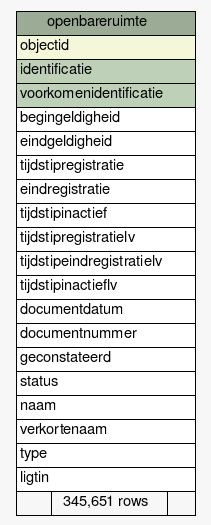
Earlier version of the Graphviz export datamodel/schemaspy/bag/diagrams/summary/openbareruimte.1degree.png (B3Partners/brmo). Its source is kept beside it as datamodel/schemaspy/bag/diagrams/summary/openbareruimte.1degree.dot. The source it was exported from:
```dot
digraph "openbareruimte" {
  graph [
    rankdir="RL"
    bgcolor="#f7f7f7"
    nodesep="0.18"
    ranksep="0.46"
    fontname="Helvetica"
    fontsize="11"
  ];
  node [
    fontname="Helvetica"
    fontsize="11"
    shape="plaintext"
  ];
  edge [
    arrowsize="0.8"
  ];
  "openbareruimte" [
    label=<
    <TABLE BORDER="0" CELLBORDER="1" CELLSPACING="0" BGCOLOR="#ffffff">
      <TR><TD COLSPAN="3" BGCOLOR="#9bab96" ALIGN="CENTER">openbareruimte</TD></TR>
      <TR><TD PORT="objectid" COLSPAN="3" BGCOLOR="#f4f7da" ALIGN="LEFT">objectid</TD></TR>
      <TR><TD PORT="identificatie" COLSPAN="3" BGCOLOR="#bed1b8" ALIGN="LEFT">identificatie</TD></TR>
      <TR><TD PORT="voorkomenidentificatie" COLSPAN="3" BGCOLOR="#bed1b8" ALIGN="LEFT">voorkomenidentificatie</TD></TR>
      <TR><TD PORT="begingeldigheid" COLSPAN="3" ALIGN="LEFT">begingeldigheid</TD></TR>
      <TR><TD PORT="eindgeldigheid" COLSPAN="3" ALIGN="LEFT">eindgeldigheid</TD></TR>
      <TR><TD PORT="tijdstipregistratie" COLSPAN="3" ALIGN="LEFT">tijdstipregistratie</TD></TR>
      <TR><TD PORT="eindregistratie" COLSPAN="3" ALIGN="LEFT">eindregistratie</TD></TR>
      <TR><TD PORT="tijdstipinactief" COLSPAN="3" ALIGN="LEFT">tijdstipinactief</TD></TR>
      <TR><TD PORT="tijdstipregistratielv" COLSPAN="3" ALIGN="LEFT">tijdstipregistratielv</TD></TR>
      <TR><TD PORT="tijdstipeindregistratielv" COLSPAN="3" ALIGN="LEFT">tijdstipeindregistratielv</TD></TR>
      <TR><TD PORT="tijdstipinactieflv" COLSPAN="3" ALIGN="LEFT">tijdstipinactieflv</TD></TR>
      <TR><TD PORT="documentdatum" COLSPAN="3" ALIGN="LEFT">documentdatum</TD></TR>
      <TR><TD PORT="documentnummer" COLSPAN="3" ALIGN="LEFT">documentnummer</TD></TR>
      <TR><TD PORT="geconstateerd" COLSPAN="3" ALIGN="LEFT">geconstateerd</TD></TR>
      <TR><TD PORT="status" COLSPAN="3" ALIGN="LEFT">status</TD></TR>
      <TR><TD PORT="naam" COLSPAN="3" ALIGN="LEFT">naam</TD></TR>
      <TR><TD PORT="verkortenaam" COLSPAN="3" ALIGN="LEFT">verkortenaam</TD></TR>
      <TR><TD PORT="type" COLSPAN="3" ALIGN="LEFT">type</TD></TR>
      <TR><TD PORT="ligtin" COLSPAN="3" ALIGN="LEFT">ligtin</TD></TR>
      <TR><TD ALIGN="LEFT" BGCOLOR="#f7f7f7">  </TD><TD ALIGN="RIGHT" BGCOLOR="#f7f7f7">345,651 rows</TD><TD ALIGN="RIGHT" BGCOLOR="#f7f7f7">  </TD></TR>
    </TABLE>>
    URL="tables/openbareruimte.html"
    tooltip="openbareruimte"
  ];
}
```
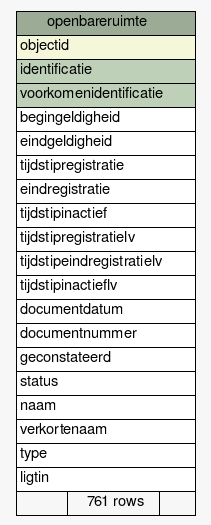
After the change.

The edit, as a diff of the source:
```diff
@@ -38,7 +38,7 @@
       <TR><TD PORT="verkortenaam" COLSPAN="3" ALIGN="LEFT">verkortenaam</TD></TR>
       <TR><TD PORT="type" COLSPAN="3" ALIGN="LEFT">type</TD></TR>
       <TR><TD PORT="ligtin" COLSPAN="3" ALIGN="LEFT">ligtin</TD></TR>
-      <TR><TD ALIGN="LEFT" BGCOLOR="#f7f7f7">  </TD><TD ALIGN="RIGHT" BGCOLOR="#f7f7f7">345,651 rows</TD><TD ALIGN="RIGHT" BGCOLOR="#f7f7f7">  </TD></TR>
+      <TR><TD ALIGN="LEFT" BGCOLOR="#f7f7f7">  </TD><TD ALIGN="RIGHT" BGCOLOR="#f7f7f7">761 rows</TD><TD ALIGN="RIGHT" BGCOLOR="#f7f7f7">  </TD></TR>
     </TABLE>>
     URL="tables/openbareruimte.html"
     tooltip="openbareruimte"
```
